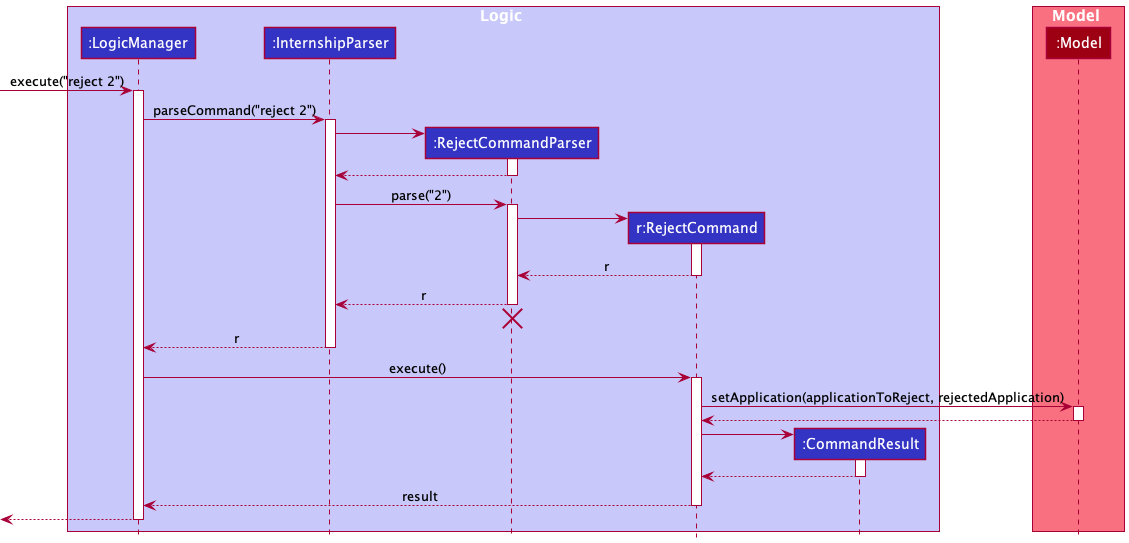
tianyue58/tp keeps this PlantUML diagram as docs/images/umldiagrams/RejectSequenceDiagram.png. Above is the earlier version.
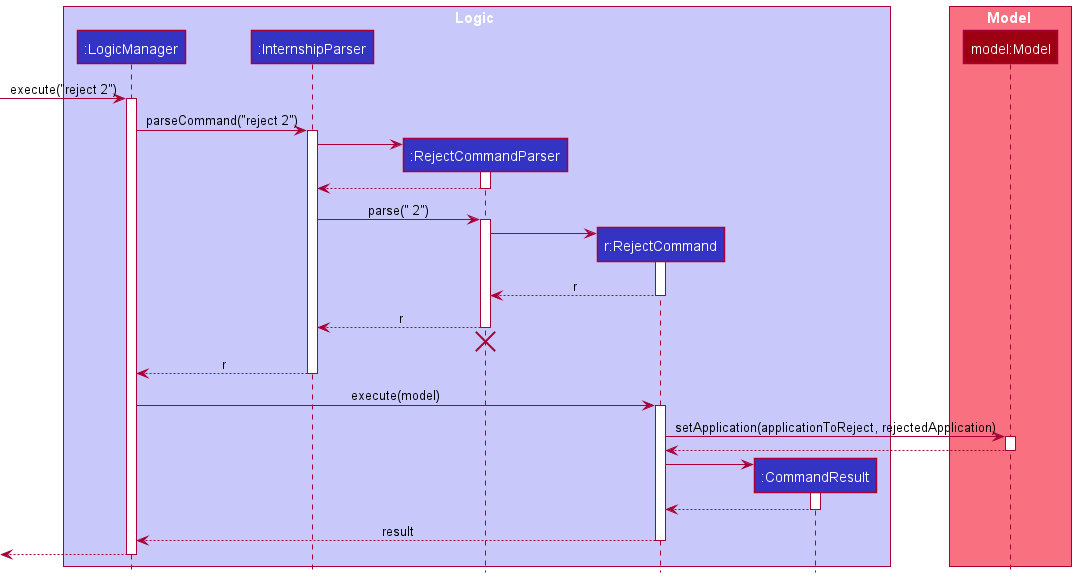
Above is the later version.

The edit, as a diff of the source:
```diff
@@ -11,7 +11,7 @@
 end box
 
 box Model MODEL_COLOR_T1
-participant ":Model" as Model MODEL_COLOR
+participant "model:Model" as Model MODEL_COLOR
 end box
 
 [-> LogicManager : execute("reject 2")
@@ -27,7 +27,7 @@
 RejectCommandParser --> InternshipParser
 deactivate RejectCommandParser
 
-InternshipParser -> RejectCommandParser : parse("2")
+InternshipParser -> RejectCommandParser : parse(" 2")
 activate RejectCommandParser
 
 create RejectCommand
@@ -45,7 +45,7 @@
 InternshipParser --> LogicManager : r
 deactivate InternshipParser
 
-LogicManager -> RejectCommand : execute()
+LogicManager -> RejectCommand : execute(model)
 activate RejectCommand
 
 RejectCommand -> Model : setApplication(applicationToReject, rejectedApplication)
```
